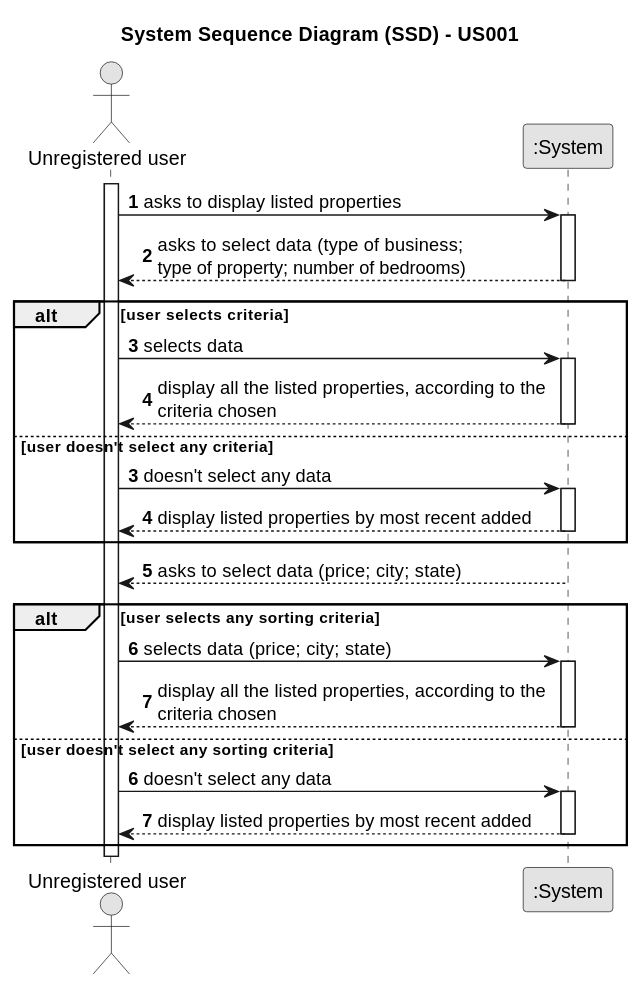
rita-barbosa/LAPR2-2223 keeps this PlantUML diagram as docs/sprintB/us001/01.requirements-engineering/svg/us001-system-sequence-diagram.svg. Above is the earlier version.
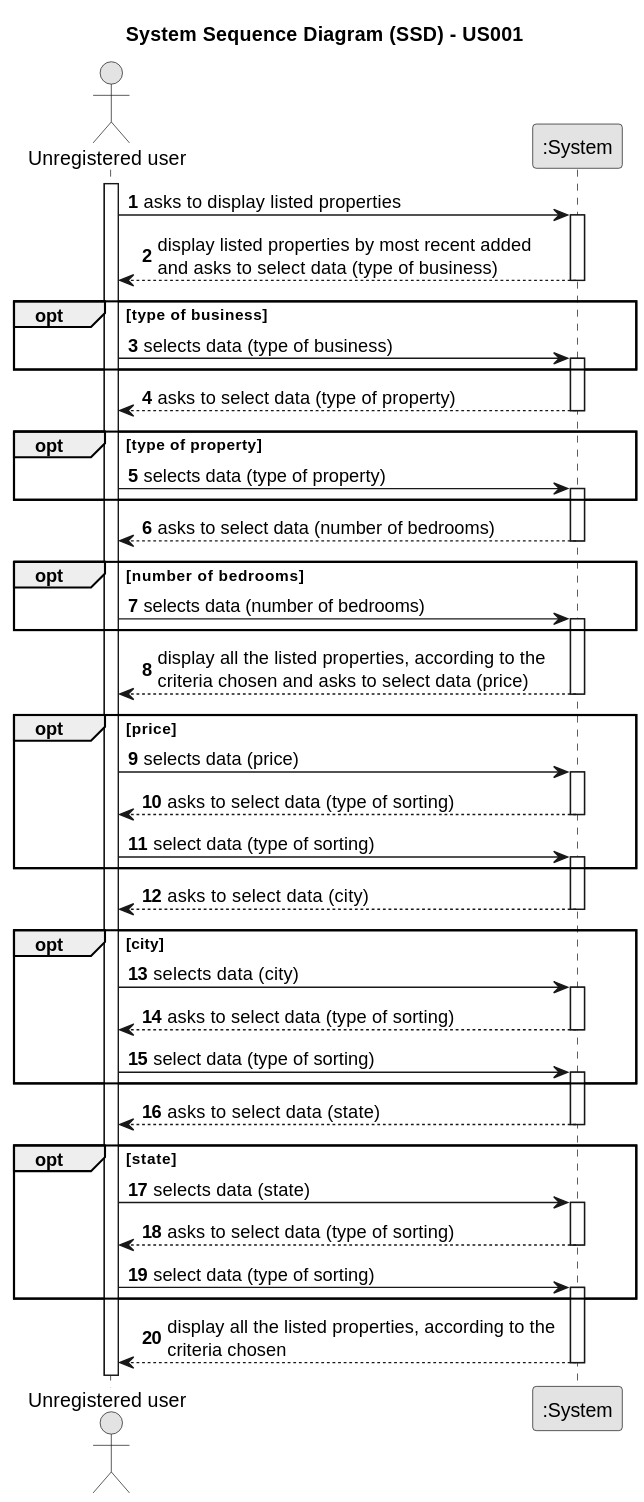
After the change.

Diff of the diagram source:
```diff
@@ -15,48 +15,72 @@
     User -> System : asks to display listed properties
     activate System
 
-    System --> User : asks to select data (type of business; \ntype of property; number of bedrooms)
+    System --> User : display listed properties by most recent added \nand asks to select data (type of business)
     deactivate System
 
-    alt user selects criteria
-        User -> System : selects data
+    opt type of business
+        User -> System : selects data (type of business)
         activate System
+    end
 
-        System --> User : display all the listed properties, according to the \ncriteria chosen
+    System --> User : asks to select data (type of property)
         deactivate System
 
-    else user doesn't select any criteria
+    opt type of property
+        User -> System : selects data (type of property)
+        activate System
+    end
 
-        autonumber 3
-
-        User -> System : doesn't select any data
-        activate System
-
-        System --> User : display listed properties by most recent added
+    System --> User : asks to select data (number of bedrooms)
         deactivate System
 
+    opt number of bedrooms
+        User -> System : selects data (number of bedrooms)
+        activate System
     end
 
-
-    System --> User : asks to select data (price; city; state)
-           deactivate System
-
-    alt user selects any sorting criteria
-        User -> System : selects data (price; city; state)
-                    activate System
-
-            System --> User : display all the listed properties, according to the \ncriteria chosen
-            deactivate System
-
-    else user doesn't select any sorting criteria
-
-        autonumber 6
-
-        User -> System : doesn't select any data
-        activate System
-
-        System --> User : display listed properties by most recent added
+    System --> User : display all the listed properties, according to the \ncriteria chosen and asks to select data (price)
         deactivate System
 
+    opt price
+       User -> System : selects data (price)
+       activate System
+
+       System --> User :  asks to select data (type of sorting)
+       deactivate System
+
+       User -> System : select data (type of sorting)
+       activate System
     end
+
+    System --> User : asks to select data (city)
+        deactivate System
+
+    opt city
+       User -> System : selects data (city)
+       activate System
+
+       System --> User :  asks to select data (type of sorting)
+       deactivate System
+
+       User -> System : select data (type of sorting)
+       activate System
+    end
+
+    System --> User : asks to select data (state)
+        deactivate System
+
+    opt state
+       User -> System : selects data (state)
+       activate System
+
+       System --> User :  asks to select data (type of sorting)
+       deactivate System
+
+       User -> System : select data (type of sorting)
+       activate System
+    end
+
+    System --> User : display all the listed properties, according to the \ncriteria chosen
+        deactivate System
 @enduml
```
